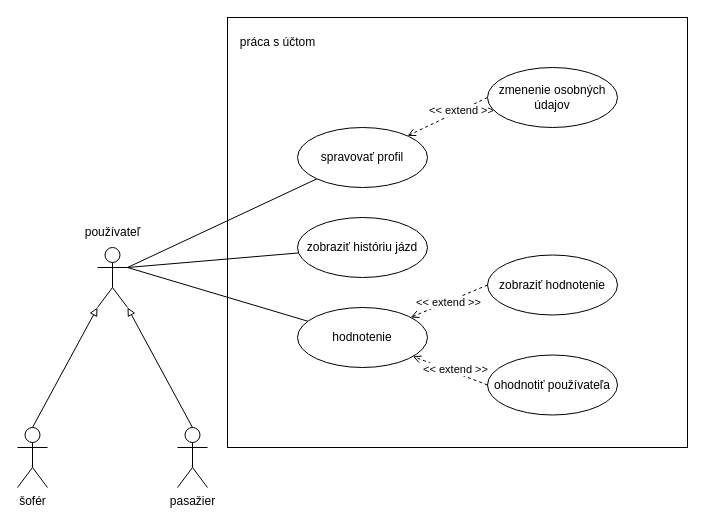
This is semestralne-zadanie/spolocne-pripady-pouzitia.drawio from samuelbagin1/swi, a draw.io file, before an edit. Source tidied: cells renumbered, new cells numbered last; positions are measured from the earlier drawing's top-left corner, leaving out a move shared by most shapes. Both pictures are drawn from the tidied source at 100%, with x=0, y=0 at pixel (17, 17).
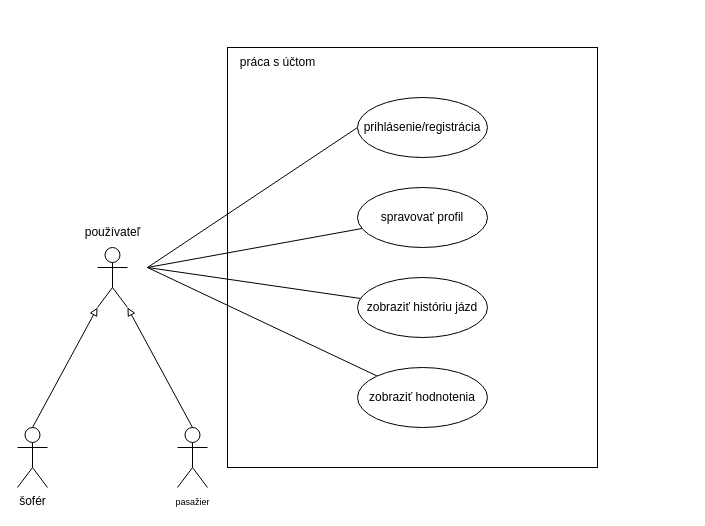
Above is the later version.

The change refers to these unchanged cells:
```xml
<mxCell id="6" style="shape=umlActor;verticalLabelPosition=bottom;verticalAlign=top;html=1;" parent="1" vertex="1">
  <mxGeometry x="80" y="230" width="30" height="60" as="geometry" />
</mxCell>
```

Diff of the diagram source:
```diff
@@
-    <mxCell id="3" style="rounded=0;jettySize=auto;html=1;exitX=1;exitY=0.3333333333333333;exitDx=0;exitDy=0;exitPerimeter=0;endArrow=none;endFill=0;" parent="1" edge="1" source="6" target="12">
-      <mxGeometry relative="1" as="geometry" />
+    <mxCell id="3" style="rounded=0;jettySize=auto;html=1;endArrow=none;endFill=0;" parent="1" edge="1" target="12">
+      <mxGeometry relative="1" as="geometry">
+        <mxPoint x="130" y="250" as="sourcePoint" />
+      </mxGeometry>
     </mxCell>
-    <mxCell id="4" style="rounded=0;jettySize=auto;html=1;exitX=1;exitY=0.3333333333333333;exitDx=0;exitDy=0;exitPerimeter=0;endArrow=none;endFill=0;" parent="1" edge="1" source="6" target="13">
-      <mxGeometry relative="1" as="geometry" />
+    <mxCell id="4" style="rounded=0;jettySize=auto;html=1;endArrow=none;endFill=0;" parent="1" edge="1" target="13">
+      <mxGeometry relative="1" as="geometry">
+        <mxPoint x="130" y="250" as="sourcePoint" />
+      </mxGeometry>
     </mxCell>
-    <mxCell id="5" style="rounded=0;jettySize=auto;html=1;exitX=1;exitY=0.3333333333333333;exitDx=0;exitDy=0;exitPerimeter=0;endArrow=none;endFill=0;" parent="1" edge="1" source="6" target="14">
-      <mxGeometry relative="1" as="geometry" />
+    <mxCell id="5" style="rounded=0;jettySize=auto;html=1;endArrow=none;endFill=0;" parent="1" edge="1" target="14">
+      <mxGeometry relative="1" as="geometry">
+        <mxPoint x="130" y="250" as="sourcePoint" />
+      </mxGeometry>
     </mxCell>
@@
-    <mxCell id="7" value="pasažier" style="shape=umlActor;verticalLabelPosition=bottom;verticalAlign=top;html=1;" parent="1" vertex="1">
+    <mxCell id="7" value="&lt;font style=&quot;font-size: 9px;&quot;&gt;pasažier&lt;/font&gt;" style="shape=umlActor;verticalLabelPosition=bottom;verticalAlign=top;html=1;" parent="1" vertex="1">
       <mxGeometry x="160" y="410" width="30" height="60" as="geometry" />
     </mxCell>
@@
     <mxCell id="11" style="rounded=0;whiteSpace=wrap;html=1;fillColor=none;" parent="1" vertex="1">
-      <mxGeometry x="210" width="460" height="430" as="geometry" />
+      <mxGeometry x="210" y="30" width="370" height="420" as="geometry" />
     </mxCell>
     <mxCell id="12" value="spravovať profil" style="ellipse;whiteSpace=wrap;html=1;" parent="1" vertex="1">
-      <mxGeometry x="280" y="110" width="130" height="60" as="geometry" />
+      <mxGeometry x="340" y="170" width="130" height="60" as="geometry" />
     </mxCell>
     <mxCell id="13" value="zobraziť históriu jázd" style="ellipse;whiteSpace=wrap;html=1;" parent="1" vertex="1">
-      <mxGeometry x="280" y="200" width="130" height="60" as="geometry" />
+      <mxGeometry x="340" y="260" width="130" height="60" as="geometry" />
     </mxCell>
-    <mxCell id="14" value="hodnotenie" style="ellipse;whiteSpace=wrap;html=1;" parent="1" vertex="1">
-      <mxGeometry x="280" y="290" width="130" height="60" as="geometry" />
+    <mxCell id="14" value="zobraziť hodnotenia" style="ellipse;whiteSpace=wrap;html=1;" parent="1" vertex="1">
+      <mxGeometry x="340" y="350" width="130" height="60" as="geometry" />
     </mxCell>
-    <mxCell id="15" style="rounded=0;jettySize=auto;html=1;exitX=0;exitY=0.5;exitDx=0;exitDy=0;endArrow=open;endFill=0;dashed=1;" parent="1" edge="1" source="17" target="14">
-      <mxGeometry relative="1" as="geometry" />
-    </mxCell>
-    <mxCell id="16" value="&amp;lt;&amp;lt; extend &amp;gt;&amp;gt;" style="edgeLabel;html=1;align=center;verticalAlign=middle;" parent="15" vertex="1">
-      <mxGeometry x="-0.09" y="-3" relative="1" as="geometry" />
-    </mxCell>
-    <mxCell id="17" value="ohodnotiť používateľa" style="ellipse;whiteSpace=wrap;html=1;" parent="1" vertex="1">
-      <mxGeometry x="470" y="337.5" width="130" height="60" as="geometry" />
-    </mxCell>
-    <mxCell id="18" style="rounded=0;jettySize=auto;html=1;exitX=0;exitY=0.5;exitDx=0;exitDy=0;dashed=1;endArrow=open;endFill=0;" parent="1" edge="1" source="20" target="14">
-      <mxGeometry relative="1" as="geometry" />
-    </mxCell>
-    <mxCell id="19" value="&amp;lt;&amp;lt; extend &amp;gt;&amp;gt;" style="edgeLabel;html=1;align=center;verticalAlign=middle;" parent="18" vertex="1">
-      <mxGeometry x="0.03" relative="1" as="geometry" />
-    </mxCell>
-    <mxCell id="20" value="zobraziť hodnotenie" style="ellipse;whiteSpace=wrap;html=1;" parent="1" vertex="1">
-      <mxGeometry x="470" y="237.5" width="130" height="60" as="geometry" />
-    </mxCell>
-    <mxCell id="21" style="rounded=0;jettySize=auto;html=1;exitX=0;exitY=0.5;exitDx=0;exitDy=0;dashed=1;endArrow=open;endFill=0;" parent="1" edge="1" source="23" target="12">
-      <mxGeometry relative="1" as="geometry" />
-    </mxCell>
-    <mxCell id="22" value="&amp;lt;&amp;lt; extend &amp;gt;&amp;gt;" style="edgeLabel;html=1;align=center;verticalAlign=middle;" parent="21" vertex="1">
-      <mxGeometry x="-0.34" relative="1" as="geometry" />
-    </mxCell>
-    <mxCell id="23" value="zmenenie osobných údajov" style="ellipse;whiteSpace=wrap;html=1;" parent="1" vertex="1">
-      <mxGeometry x="470" y="50" width="130" height="60" as="geometry" />
-    </mxCell>
     <mxCell id="24" value="práca s účtom" style="text;html=1;align=center;verticalAlign=middle;strokeColor=none;fillColor=none;" parent="1" vertex="1">
-      <mxGeometry x="210" y="10" width="100" height="30" as="geometry" />
+      <mxGeometry x="210" y="30" width="100" height="30" as="geometry" />
     </mxCell>
+    <mxCell id="25" style="rounded=0;jettySize=auto;html=1;exitX=0;exitY=0.5;exitDx=0;exitDy=0;endArrow=none;endFill=0;" parent="1" edge="1" source="26">
+      <mxGeometry relative="1" as="geometry">
+        <mxPoint x="130" y="250" as="targetPoint" />
+      </mxGeometry>
+    </mxCell>
+    <mxCell id="26" value="prihlásenie/registrácia" style="ellipse;whiteSpace=wrap;html=1;" parent="1" vertex="1">
+      <mxGeometry x="340" y="80" width="130" height="60" as="geometry" />
+    </mxCell>
```
